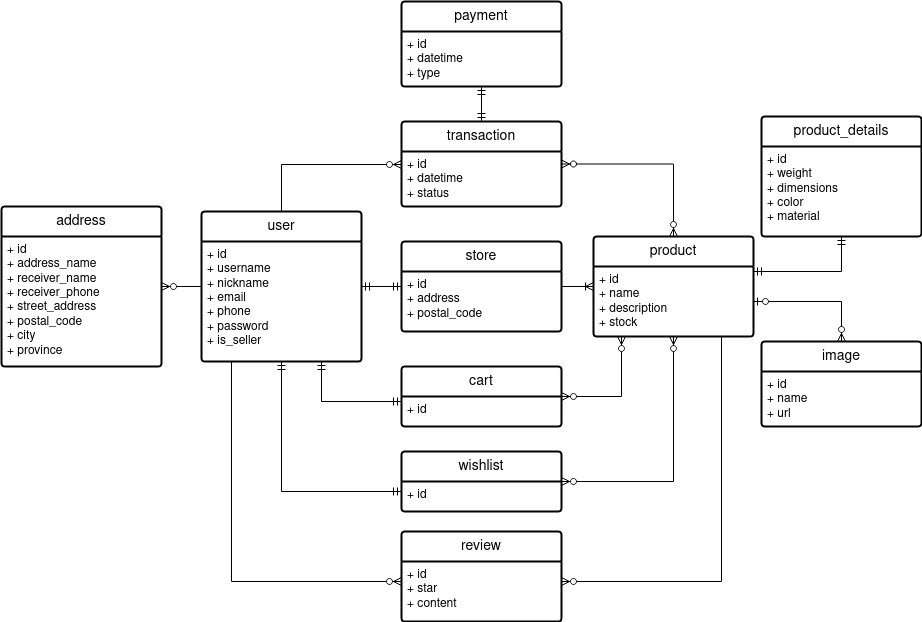
Above: NusantaraStore051_CDM.drawio.png in borednuna/NusantaraStore051_BE (draw.io), before the change. Source tidied: cells renumbered, new cells last; positions are measured from the earlier drawing's top-left corner, leaving out a move shared by most shapes.
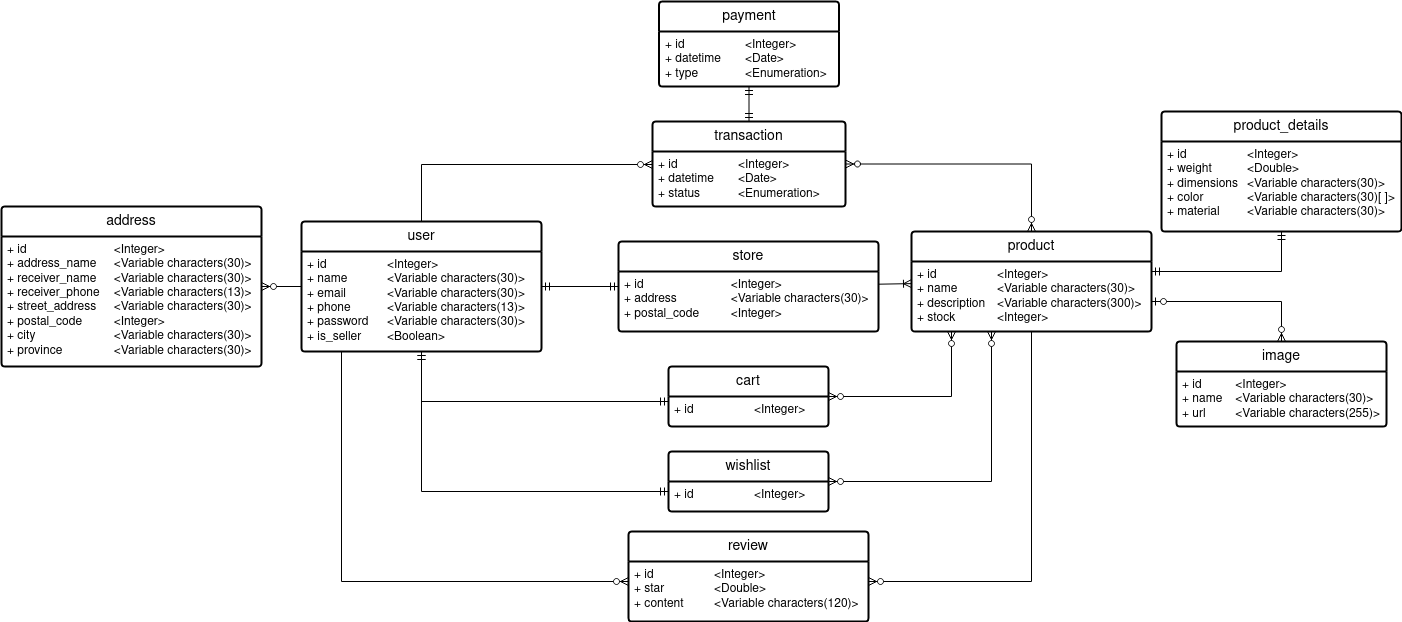
After the commit.

What changed in the source:
```diff
@@ -3,89 +3,89 @@
     <mxCell id="0" />
     <mxCell id="1" parent="0" />
     <mxCell id="2" value="user" style="swimlane;horizontal=1;startSize=30;rounded=1;fontSize=14;fontStyle=0;strokeWidth=2;shadow=0;dashed=0;align=center;arcSize=4;whiteSpace=wrap;html=1;" parent="1" vertex="1">
-      <mxGeometry x="200" y="210" width="160" height="150" as="geometry" />
+      <mxGeometry x="-190" y="220" width="240" height="130" as="geometry" />
     </mxCell>
-    <mxCell id="3" value="&lt;div&gt;+ id&lt;/div&gt;&lt;div&gt;+ username&lt;/div&gt;&lt;div&gt;+ nickname&lt;/div&gt;&lt;div&gt;+ email&lt;/div&gt;&lt;div&gt;+ phone&lt;br&gt;&lt;/div&gt;&lt;div&gt;+ password&lt;/div&gt;&lt;div&gt;+ is_seller&lt;br&gt;&lt;/div&gt;" style="align=left;strokeColor=none;fillColor=none;spacingLeft=4;fontSize=12;verticalAlign=top;html=1;" parent="2" vertex="1">
-      <mxGeometry y="30" width="160" height="120" as="geometry" />
+    <mxCell id="3" value="&lt;div&gt;+ id&lt;span style=&quot;white-space: pre;&quot;&gt;&#9;&lt;/span&gt;&lt;span style=&quot;white-space: pre;&quot;&gt;&#9;&lt;/span&gt;&lt;span style=&quot;white-space: pre;&quot;&gt;&#9;&lt;/span&gt;&amp;lt;Integer&amp;gt;&lt;/div&gt;&lt;div&gt;+ name&lt;span style=&quot;white-space: pre;&quot;&gt;&lt;span style=&quot;white-space: pre;&quot;&gt;&#9;&lt;/span&gt;&#9;&lt;/span&gt;&amp;lt;Variable characters(30)&amp;gt;&lt;br&gt;&lt;/div&gt;&lt;div&gt;+ email&lt;span style=&quot;white-space: pre;&quot;&gt;&#9;&lt;/span&gt;&lt;span style=&quot;white-space: pre;&quot;&gt;&#9;&lt;/span&gt;&amp;lt;Variable characters(30)&amp;gt;&lt;br&gt;&lt;/div&gt;&lt;div&gt;+ phone&lt;span style=&quot;white-space: pre;&quot;&gt;&#9;&lt;/span&gt;&lt;span style=&quot;white-space: pre;&quot;&gt;&#9;&lt;/span&gt;&amp;lt;Variable characters(13)&amp;gt;&lt;br&gt;&lt;/div&gt;&lt;div&gt;+ password&lt;span style=&quot;white-space: pre;&quot;&gt;&#9;&lt;/span&gt;&amp;lt;Variable characters(30)&amp;gt;&lt;br&gt;&lt;/div&gt;&lt;div&gt;+ is_seller&lt;span style=&quot;white-space: pre;&quot;&gt;&#9;&lt;/span&gt;&amp;lt;Boolean&amp;gt;&lt;br&gt;&lt;/div&gt;" style="align=left;strokeColor=none;fillColor=none;spacingLeft=4;fontSize=12;verticalAlign=top;html=1;" parent="2" vertex="1">
+      <mxGeometry y="30" width="240" height="100" as="geometry" />
     </mxCell>
     <mxCell id="4" value="address" style="swimlane;horizontal=1;startSize=30;rounded=1;fontSize=14;fontStyle=0;strokeWidth=2;shadow=0;dashed=0;align=center;arcSize=4;whiteSpace=wrap;html=1;" parent="1" vertex="1">
-      <mxGeometry y="205" width="160" height="160" as="geometry" />
+      <mxGeometry x="-490" y="205" width="260" height="160" as="geometry" />
     </mxCell>
-    <mxCell id="5" value="&lt;div&gt;+ id&lt;/div&gt;&lt;div&gt;+ address_name&lt;br&gt;&lt;/div&gt;&lt;div&gt;+ receiver_name&lt;/div&gt;&lt;div&gt;+ receiver_phone&lt;br&gt;&lt;/div&gt;&lt;div&gt;+ street_address&lt;/div&gt;&lt;div&gt;+ postal_code&lt;/div&gt;&lt;div&gt;+ city&lt;/div&gt;&lt;div&gt;+ province&lt;br&gt;&lt;/div&gt;" style="align=left;strokeColor=none;fillColor=none;spacingLeft=4;fontSize=12;verticalAlign=top;html=1;" parent="4" vertex="1">
-      <mxGeometry y="30" width="160" height="130" as="geometry" />
+    <mxCell id="5" value="&lt;div&gt;+ id&lt;span style=&quot;white-space: pre;&quot;&gt;&#9;&lt;/span&gt;&lt;span style=&quot;white-space: pre;&quot;&gt;&#9;&lt;/span&gt;&lt;span style=&quot;white-space: pre;&quot;&gt;&#9;&lt;/span&gt;&lt;span style=&quot;white-space: pre;&quot;&gt;&#9;&lt;/span&gt;&amp;lt;Integer&amp;gt;&lt;/div&gt;&lt;div&gt;+ address_name&lt;span style=&quot;white-space: pre;&quot;&gt;&#9;&lt;/span&gt;&amp;lt;Variable characters(30)&amp;gt;&lt;br&gt;&lt;/div&gt;&lt;div&gt;+ receiver_name&lt;span style=&quot;white-space: pre;&quot;&gt;&#9;&lt;/span&gt;&amp;lt;Variable characters(30)&amp;gt;&lt;br&gt;&lt;/div&gt;&lt;div&gt;+ receiver_phone&lt;span style=&quot;white-space: pre;&quot;&gt;&#9;&lt;/span&gt;&amp;lt;Variable characters(13)&amp;gt;&lt;br&gt;&lt;/div&gt;&lt;div&gt;+ street_address&lt;span style=&quot;white-space: pre;&quot;&gt;&#9;&lt;/span&gt;&amp;lt;Variable characters(30)&amp;gt;&lt;br&gt;&lt;/div&gt;&lt;div&gt;+ postal_code&lt;span style=&quot;white-space: pre;&quot;&gt;&#9;&lt;/span&gt;&lt;span style=&quot;white-space: pre;&quot;&gt;&#9;&lt;/span&gt;&amp;lt;Integer&amp;gt;&lt;/div&gt;&lt;div&gt;+ city&lt;span style=&quot;white-space: pre;&quot;&gt;&#9;&lt;/span&gt;&lt;span style=&quot;white-space: pre;&quot;&gt;&#9;&lt;/span&gt;&lt;span style=&quot;white-space: pre;&quot;&gt;&#9;&lt;/span&gt;&amp;lt;Variable characters(30)&amp;gt;&lt;br&gt;&lt;/div&gt;&lt;div&gt;+ province&lt;span style=&quot;white-space: pre;&quot;&gt;&#9;&lt;/span&gt;&lt;span style=&quot;white-space: pre;&quot;&gt;&#9;&lt;/span&gt;&amp;lt;Variable characters(30)&amp;gt;&lt;br&gt;&lt;/div&gt;" style="align=left;strokeColor=none;fillColor=none;spacingLeft=4;fontSize=12;verticalAlign=top;html=1;" parent="4" vertex="1">
+      <mxGeometry y="30" width="260" height="130" as="geometry" />
     </mxCell>
     <mxCell id="6" style="fontSize=12;html=1;endArrow=ERzeroToMany;endFill=1;rounded=0;" parent="1" edge="1" source="2" target="4">
       <mxGeometry relative="1" as="geometry" />
     </mxCell>
     <mxCell id="7" value="store" style="swimlane;horizontal=1;startSize=30;rounded=1;fontSize=14;fontStyle=0;strokeWidth=2;shadow=0;dashed=0;align=center;arcSize=4;whiteSpace=wrap;html=1;" parent="1" vertex="1">
-      <mxGeometry x="400" y="240" width="160" height="90" as="geometry" />
+      <mxGeometry x="127" y="240" width="260" height="90" as="geometry" />
     </mxCell>
-    <mxCell id="8" value="&lt;div&gt;+ id&lt;/div&gt;&lt;div&gt;+ address&lt;/div&gt;&lt;div&gt;+ postal_code&lt;br&gt;&lt;/div&gt;" style="align=left;strokeColor=none;fillColor=none;spacingLeft=4;fontSize=12;verticalAlign=top;html=1;" parent="7" vertex="1">
-      <mxGeometry y="30" width="160" height="60" as="geometry" />
+    <mxCell id="8" value="&lt;div&gt;+ id&lt;span style=&quot;white-space: pre;&quot;&gt;&#9;&lt;/span&gt;&lt;span style=&quot;white-space: pre;&quot;&gt;&#9;&lt;/span&gt;&lt;span style=&quot;white-space: pre;&quot;&gt;&#9;&lt;/span&gt;&lt;span style=&quot;white-space: pre;&quot;&gt;&#9;&lt;/span&gt;&amp;lt;Integer&amp;gt;&lt;/div&gt;&lt;div&gt;+ address&lt;span style=&quot;white-space: pre;&quot;&gt;&#9;&lt;/span&gt;&lt;span style=&quot;white-space: pre;&quot;&gt;&#9;&lt;/span&gt;&amp;lt;Variable characters(30)&amp;gt;&lt;br&gt;&lt;/div&gt;&lt;div&gt;+ postal_code&lt;span style=&quot;white-space: pre;&quot;&gt;&#9;&lt;/span&gt;&lt;span style=&quot;white-space: pre;&quot;&gt;&#9;&lt;/span&gt;&amp;lt;Integer&amp;gt;&lt;br&gt;&lt;/div&gt;" style="align=left;strokeColor=none;fillColor=none;spacingLeft=4;fontSize=12;verticalAlign=top;html=1;" parent="7" vertex="1">
+      <mxGeometry y="30" width="260" height="60" as="geometry" />
     </mxCell>
     <mxCell id="9" style="fontSize=12;html=1;endArrow=ERmandOne;startArrow=ERmandOne;rounded=0;" parent="1" edge="1" source="2" target="7">
       <mxGeometry relative="1" as="geometry" />
     </mxCell>
     <mxCell id="10" value="product" style="swimlane;horizontal=1;startSize=30;rounded=1;fontSize=14;fontStyle=0;strokeWidth=2;shadow=0;dashed=0;align=center;arcSize=4;whiteSpace=wrap;html=1;" parent="1" vertex="1">
-      <mxGeometry x="592" y="235" width="160" height="100" as="geometry" />
+      <mxGeometry x="420" y="230" width="240" height="100" as="geometry" />
     </mxCell>
-    <mxCell id="11" value="&lt;div&gt;+ id&lt;/div&gt;&lt;div&gt;+ name&lt;/div&gt;&lt;div&gt;+ description&lt;/div&gt;&lt;div&gt;+ stock&lt;br&gt;&lt;/div&gt;" style="align=left;strokeColor=none;fillColor=none;spacingLeft=4;fontSize=12;verticalAlign=top;html=1;" parent="10" vertex="1">
-      <mxGeometry y="30" width="160" height="70" as="geometry" />
+    <mxCell id="11" value="&lt;div&gt;+ id&lt;span style=&quot;white-space: pre;&quot;&gt;&#9;&lt;/span&gt;&lt;span style=&quot;white-space: pre;&quot;&gt;&#9;&lt;/span&gt;&lt;span style=&quot;white-space: pre;&quot;&gt;&#9;&lt;/span&gt;&amp;lt;Integer&amp;gt;&lt;/div&gt;&lt;div&gt;+ name&lt;span style=&quot;white-space: pre;&quot;&gt;&#9;&lt;/span&gt;&lt;span style=&quot;white-space: pre;&quot;&gt;&#9;&lt;/span&gt;&amp;lt;Variable characters(30)&amp;gt;&lt;br&gt;&lt;/div&gt;&lt;div&gt;+ description&lt;span style=&quot;white-space: pre;&quot;&gt;&#9;&lt;/span&gt;&amp;lt;Variable characters(300)&amp;gt;&lt;br&gt;&lt;/div&gt;&lt;div&gt;+ stock&lt;span style=&quot;white-space: pre;&quot;&gt;&#9;&lt;/span&gt;&lt;span style=&quot;white-space: pre;&quot;&gt;&#9;&lt;/span&gt;&amp;lt;Integer&amp;gt;&lt;br&gt;&lt;/div&gt;" style="align=left;strokeColor=none;fillColor=none;spacingLeft=4;fontSize=12;verticalAlign=top;html=1;" parent="10" vertex="1">
+      <mxGeometry y="30" width="240" height="70" as="geometry" />
     </mxCell>
     <mxCell id="12" style="fontSize=12;html=1;endArrow=ERoneToMany;rounded=0;" parent="1" edge="1" source="7" target="10">
       <mxGeometry relative="1" as="geometry" />
     </mxCell>
     <mxCell id="13" value="product_details" style="swimlane;horizontal=1;startSize=30;rounded=1;fontSize=14;fontStyle=0;strokeWidth=2;shadow=0;dashed=0;align=center;arcSize=4;whiteSpace=wrap;html=1;" parent="1" vertex="1">
-      <mxGeometry x="760" y="115" width="160" height="120" as="geometry" />
+      <mxGeometry x="670" y="110" width="240" height="120" as="geometry" />
     </mxCell>
-    <mxCell id="14" value="&lt;div&gt;+ id&lt;/div&gt;&lt;div&gt;+ weight&lt;/div&gt;&lt;div&gt;+ dimensions&lt;/div&gt;&lt;div&gt;+ color&lt;/div&gt;&lt;div&gt;+ material&lt;br&gt;&lt;/div&gt;" style="align=left;strokeColor=none;fillColor=none;spacingLeft=4;fontSize=12;verticalAlign=top;html=1;" parent="13" vertex="1">
-      <mxGeometry y="30" width="160" height="90" as="geometry" />
+    <mxCell id="14" value="&lt;div&gt;+ id&lt;span style=&quot;white-space: pre;&quot;&gt;&#9;&lt;/span&gt;&lt;span style=&quot;white-space: pre;&quot;&gt;&#9;&lt;/span&gt;&lt;span style=&quot;white-space: pre;&quot;&gt;&#9;&lt;/span&gt;&amp;lt;Integer&amp;gt;&lt;/div&gt;&lt;div&gt;+ weight&lt;span style=&quot;white-space: pre;&quot;&gt;&#9;&lt;/span&gt;&lt;span style=&quot;white-space: pre;&quot;&gt;&#9;&lt;/span&gt;&amp;lt;Double&amp;gt;&lt;/div&gt;&lt;div&gt;+ dimensions&lt;span style=&quot;white-space: pre;&quot;&gt;&#9;&lt;/span&gt;&amp;lt;Variable characters(30)&amp;gt;&lt;br&gt;&lt;/div&gt;&lt;div&gt;+ color&lt;span style=&quot;white-space: pre;&quot;&gt;&#9;&lt;/span&gt;&lt;span style=&quot;white-space: pre;&quot;&gt;&#9;&lt;/span&gt;&amp;lt;Variable characters(30)[ ]&amp;gt;&lt;br&gt;&lt;/div&gt;&lt;div&gt;+ material&lt;span style=&quot;white-space: pre;&quot;&gt;&#9;&lt;/span&gt;&amp;lt;Variable characters(30)&amp;gt;&lt;br&gt;&lt;/div&gt;" style="align=left;strokeColor=none;fillColor=none;spacingLeft=4;fontSize=12;verticalAlign=top;html=1;" parent="13" vertex="1">
+      <mxGeometry y="30" width="240" height="90" as="geometry" />
     </mxCell>
     <mxCell id="15" style="fontSize=12;html=1;endArrow=ERmandOne;startArrow=ERmandOne;rounded=0;edgeStyle=orthogonalEdgeStyle;" parent="1" edge="1" source="10" target="13">
       <mxGeometry relative="1" as="geometry">
         <Array as="points">
-          <mxPoint x="840" y="270" />
+          <mxPoint x="790" y="270" />
         </Array>
       </mxGeometry>
     </mxCell>
     <mxCell id="16" value="review" style="swimlane;horizontal=1;startSize=30;rounded=1;fontSize=14;fontStyle=0;strokeWidth=2;shadow=0;dashed=0;align=center;arcSize=4;whiteSpace=wrap;html=1;" parent="1" vertex="1">
-      <mxGeometry x="400" y="530" width="160" height="90" as="geometry" />
+      <mxGeometry x="137" y="530" width="240" height="90" as="geometry" />
     </mxCell>
-    <mxCell id="17" value="&lt;div&gt;+ id&lt;/div&gt;&lt;div&gt;+ star&lt;/div&gt;&lt;div&gt;+ content&lt;br&gt;&lt;/div&gt;" style="align=left;strokeColor=none;fillColor=none;spacingLeft=4;fontSize=12;verticalAlign=top;html=1;" parent="16" vertex="1">
-      <mxGeometry y="30" width="160" height="60" as="geometry" />
+    <mxCell id="17" value="&lt;div&gt;+ id&lt;span style=&quot;white-space: pre;&quot;&gt;&#9;&lt;/span&gt;&lt;span style=&quot;white-space: pre;&quot;&gt;&#9;&lt;/span&gt;&lt;span style=&quot;white-space: pre;&quot;&gt;&#9;&lt;/span&gt;&amp;lt;Integer&amp;gt;&lt;/div&gt;&lt;div&gt;+ star&lt;span style=&quot;white-space: pre;&quot;&gt;&#9;&lt;/span&gt;&lt;span style=&quot;white-space: pre;&quot;&gt;&#9;&lt;/span&gt;&amp;lt;Double&amp;gt;&lt;/div&gt;&lt;div&gt;+ content&lt;span style=&quot;white-space: pre;&quot;&gt;&#9;&lt;/span&gt;&lt;span style=&quot;white-space: pre;&quot;&gt;&#9;&lt;/span&gt;&amp;lt;Variable characters(120)&amp;gt;&lt;br&gt;&lt;/div&gt;" style="align=left;strokeColor=none;fillColor=none;spacingLeft=4;fontSize=12;verticalAlign=top;html=1;" parent="16" vertex="1">
+      <mxGeometry y="30" width="240" height="60" as="geometry" />
     </mxCell>
     <mxCell id="18" style="fontSize=12;html=1;endArrow=ERzeroToMany;endFill=1;rounded=0;edgeStyle=orthogonalEdgeStyle;" parent="1" edge="1" source="10" target="16">
       <mxGeometry relative="1" as="geometry">
         <Array as="points">
-          <mxPoint x="720" y="580" />
+          <mxPoint x="540" y="580" />
         </Array>
       </mxGeometry>
     </mxCell>
     <mxCell id="19" style="edgeStyle=orthogonalEdgeStyle;fontSize=12;html=1;endArrow=ERzeroToMany;endFill=1;rounded=0;" parent="1" edge="1" source="2" target="16">
       <mxGeometry relative="1" as="geometry">
         <Array as="points">
-          <mxPoint x="230" y="580" />
+          <mxPoint x="-150" y="580" />
         </Array>
       </mxGeometry>
     </mxCell>
     <mxCell id="20" value="image" style="swimlane;horizontal=1;startSize=30;rounded=1;fontSize=14;fontStyle=0;strokeWidth=2;shadow=0;dashed=0;align=center;arcSize=4;whiteSpace=wrap;html=1;" parent="1" vertex="1">
-      <mxGeometry x="760" y="340" width="160" height="85" as="geometry" />
+      <mxGeometry x="685" y="340" width="210" height="85" as="geometry" />
     </mxCell>
-    <mxCell id="21" value="&lt;div&gt;+ id&lt;/div&gt;&lt;div&gt;+ name&lt;/div&gt;+ url" style="align=left;strokeColor=none;fillColor=none;spacingLeft=4;fontSize=12;verticalAlign=top;html=1;" parent="20" vertex="1">
-      <mxGeometry y="30" width="160" height="55" as="geometry" />
+    <mxCell id="21" value="&lt;div&gt;+ id&lt;span style=&quot;white-space: pre;&quot;&gt;&#9;&lt;/span&gt;&lt;span style=&quot;white-space: pre;&quot;&gt;&#9;&lt;/span&gt;&amp;lt;Integer&amp;gt;&lt;/div&gt;&lt;div&gt;+ name&lt;span style=&quot;white-space: pre;&quot;&gt;&#9;&lt;/span&gt;&amp;lt;Variable characters(30)&amp;gt;&lt;br&gt;&lt;/div&gt;+ url&lt;span style=&quot;white-space: pre;&quot;&gt;&#9;&lt;/span&gt;&amp;lt;Variable characters(255)&amp;gt;" style="align=left;strokeColor=none;fillColor=none;spacingLeft=4;fontSize=12;verticalAlign=top;html=1;" parent="20" vertex="1">
+      <mxGeometry y="30" width="210" height="55" as="geometry" />
     </mxCell>
     <mxCell id="22" style="fontSize=12;html=1;endArrow=ERzeroToMany;startArrow=ERzeroToOne;rounded=0;edgeStyle=orthogonalEdgeStyle;" parent="1" edge="1" source="10" target="20">
       <mxGeometry relative="1" as="geometry">
         <Array as="points">
-          <mxPoint x="840" y="300" />
+          <mxPoint x="790" y="300" />
         </Array>
       </mxGeometry>
     </mxCell>
     <mxCell id="23" value="transaction" style="swimlane;horizontal=1;startSize=30;rounded=1;fontSize=14;fontStyle=0;strokeWidth=2;shadow=0;dashed=0;align=center;arcSize=4;whiteSpace=wrap;html=1;" parent="1" vertex="1">
-      <mxGeometry x="400" y="120" width="160" height="85" as="geometry" />
+      <mxGeometry x="161" y="120" width="193" height="85" as="geometry" />
     </mxCell>
-    <mxCell id="24" value="&lt;div&gt;+ id&lt;/div&gt;&lt;div&gt;+ datetime&lt;/div&gt;&lt;div&gt;+ status&lt;br&gt;&lt;/div&gt;" style="align=left;strokeColor=none;fillColor=none;spacingLeft=4;fontSize=12;verticalAlign=top;html=1;" parent="23" vertex="1">
-      <mxGeometry y="30" width="160" height="55" as="geometry" />
+    <mxCell id="24" value="&lt;div&gt;+ id&lt;span style=&quot;white-space: pre;&quot;&gt;&#9;&lt;/span&gt;&lt;span style=&quot;white-space: pre;&quot;&gt;&#9;&lt;/span&gt;&lt;span style=&quot;white-space: pre;&quot;&gt;&#9;&lt;/span&gt;&amp;lt;Integer&amp;gt;&lt;/div&gt;&lt;div&gt;+ datetime&lt;span style=&quot;white-space: pre;&quot;&gt;&#9;&lt;/span&gt;&amp;lt;Date&amp;gt;&lt;/div&gt;&lt;div&gt;+ status&lt;span style=&quot;white-space: pre;&quot;&gt;&#9;&lt;/span&gt;&lt;span style=&quot;white-space: pre;&quot;&gt;&#9;&lt;/span&gt;&amp;lt;Enumeration&amp;gt;&lt;br&gt;&lt;/div&gt;" style="align=left;strokeColor=none;fillColor=none;spacingLeft=4;fontSize=12;verticalAlign=top;html=1;" parent="23" vertex="1">
+      <mxGeometry y="30" width="193" height="55" as="geometry" />
     </mxCell>
     <mxCell id="25" style="fontSize=12;html=1;endArrow=ERzeroToMany;endFill=1;rounded=0;edgeStyle=orthogonalEdgeStyle;" parent="1" edge="1" source="2" target="23">
       <mxGeometry relative="1" as="geometry">
@@ -95,10 +95,10 @@
       </mxGeometry>
     </mxCell>
     <mxCell id="26" value="payment" style="swimlane;horizontal=1;startSize=30;rounded=1;fontSize=14;fontStyle=0;strokeWidth=2;shadow=0;dashed=0;align=center;arcSize=4;whiteSpace=wrap;html=1;" parent="1" vertex="1">
-      <mxGeometry x="400" width="160" height="85" as="geometry" />
+      <mxGeometry x="167.5" width="180" height="85" as="geometry" />
     </mxCell>
-    <mxCell id="27" value="&lt;div&gt;+ id&lt;/div&gt;&lt;div&gt;+ datetime&lt;/div&gt;&lt;div&gt;+ type&lt;br&gt;&lt;/div&gt;" style="align=left;strokeColor=none;fillColor=none;spacingLeft=4;fontSize=12;verticalAlign=top;html=1;" parent="26" vertex="1">
-      <mxGeometry y="30" width="160" height="55" as="geometry" />
+    <mxCell id="27" value="&lt;div&gt;+ id&lt;span style=&quot;white-space: pre;&quot;&gt;&#9;&lt;/span&gt;&lt;span style=&quot;white-space: pre;&quot;&gt;&#9;&lt;/span&gt;&lt;span style=&quot;white-space: pre;&quot;&gt;&#9;&lt;/span&gt;&amp;lt;Integer&amp;gt;&lt;/div&gt;&lt;div&gt;+ datetime&lt;span style=&quot;white-space: pre;&quot;&gt;&#9;&lt;/span&gt;&amp;lt;Date&amp;gt;&lt;/div&gt;&lt;div&gt;+ type&lt;span style=&quot;white-space: pre;&quot;&gt;&#9;&lt;/span&gt;&lt;span style=&quot;white-space: pre;&quot;&gt;&#9;&lt;/span&gt;&amp;lt;Enumeration&amp;gt;&lt;br&gt;&lt;/div&gt;" style="align=left;strokeColor=none;fillColor=none;spacingLeft=4;fontSize=12;verticalAlign=top;html=1;" parent="26" vertex="1">
+      <mxGeometry y="30" width="180" height="55" as="geometry" />
     </mxCell>
     <mxCell id="28" style="fontSize=12;html=1;endArrow=ERmandOne;startArrow=ERmandOne;rounded=0;" parent="1" edge="1" source="23" target="26">
       <mxGeometry relative="1" as="geometry" />
@@ -107,22 +107,22 @@
       <mxGeometry relative="1" as="geometry" />
     </mxCell>
     <mxCell id="30" value="wishlist" style="swimlane;horizontal=1;startSize=30;rounded=1;fontSize=14;fontStyle=0;strokeWidth=2;shadow=0;dashed=0;align=center;arcSize=4;whiteSpace=wrap;html=1;" parent="1" vertex="1">
-      <mxGeometry x="400" y="450" width="160" height="60" as="geometry" />
+      <mxGeometry x="177" y="450" width="160" height="60" as="geometry" />
     </mxCell>
-    <mxCell id="31" value="+ id" style="align=left;strokeColor=none;fillColor=none;spacingLeft=4;fontSize=12;verticalAlign=top;html=1;" parent="30" vertex="1">
+    <mxCell id="31" value="+ id&lt;span style=&quot;white-space: pre;&quot;&gt;&#9;&lt;/span&gt;&lt;span style=&quot;white-space: pre;&quot;&gt;&#9;&lt;span style=&quot;white-space: pre;&quot;&gt;&#9;&lt;/span&gt;&lt;/span&gt;&amp;lt;Integer&amp;gt;" style="align=left;strokeColor=none;fillColor=none;spacingLeft=4;fontSize=12;verticalAlign=top;html=1;" parent="30" vertex="1">
       <mxGeometry y="30" width="160" height="30" as="geometry" />
     </mxCell>
     <mxCell id="32" style="fontSize=12;html=1;endArrow=ERmandOne;startArrow=ERmandOne;rounded=0;edgeStyle=orthogonalEdgeStyle;" parent="1" edge="1" source="2" target="30">
       <mxGeometry relative="1" as="geometry">
         <Array as="points">
-          <mxPoint x="280" y="490" />
+          <mxPoint x="-70" y="490" />
         </Array>
       </mxGeometry>
     </mxCell>
     <mxCell id="33" value="cart" style="swimlane;horizontal=1;startSize=30;rounded=1;fontSize=14;fontStyle=0;strokeWidth=2;shadow=0;dashed=0;align=center;arcSize=4;whiteSpace=wrap;html=1;" parent="1" vertex="1">
-      <mxGeometry x="400" y="365" width="160" height="60" as="geometry" />
+      <mxGeometry x="177" y="365" width="160" height="60" as="geometry" />
     </mxCell>
-    <mxCell id="34" value="+ id" style="align=left;strokeColor=none;fillColor=none;spacingLeft=4;fontSize=12;verticalAlign=top;html=1;" parent="33" vertex="1">
+    <mxCell id="34" value="+ id&lt;span style=&quot;white-space: pre;&quot;&gt;&#9;&lt;/span&gt;&lt;span style=&quot;white-space: pre;&quot;&gt;&#9;&lt;/span&gt;&lt;span style=&quot;white-space: pre;&quot;&gt;&#9;&lt;/span&gt;&amp;lt;Integer&amp;gt;" style="align=left;strokeColor=none;fillColor=none;spacingLeft=4;fontSize=12;verticalAlign=top;html=1;" parent="33" vertex="1">
       <mxGeometry y="30" width="160" height="30" as="geometry" />
     </mxCell>
     <mxCell id="35" style="edgeStyle=orthogonalEdgeStyle;fontSize=12;html=1;endArrow=ERmandOne;startArrow=ERmandOne;rounded=0;" parent="1" edge="1" source="2" target="33">
@@ -135,12 +135,16 @@
     <mxCell id="36" style="edgeStyle=orthogonalEdgeStyle;fontSize=12;html=1;endArrow=ERzeroToMany;endFill=1;startArrow=ERzeroToMany;rounded=0;" parent="1" edge="1" source="33" target="10">
       <mxGeometry relative="1" as="geometry">
         <Array as="points">
-          <mxPoint x="620" y="395" />
+          <mxPoint x="460" y="395" />
         </Array>
       </mxGeometry>
     </mxCell>
     <mxCell id="37" style="edgeStyle=orthogonalEdgeStyle;fontSize=12;html=1;endArrow=ERzeroToMany;endFill=1;startArrow=ERzeroToMany;rounded=0;" parent="1" edge="1" source="30" target="10">
-      <mxGeometry relative="1" as="geometry" />
+      <mxGeometry relative="1" as="geometry">
+        <Array as="points">
+          <mxPoint x="500" y="480" />
+        </Array>
+      </mxGeometry>
     </mxCell>
   </root>
 </mxGraphModel>
```
